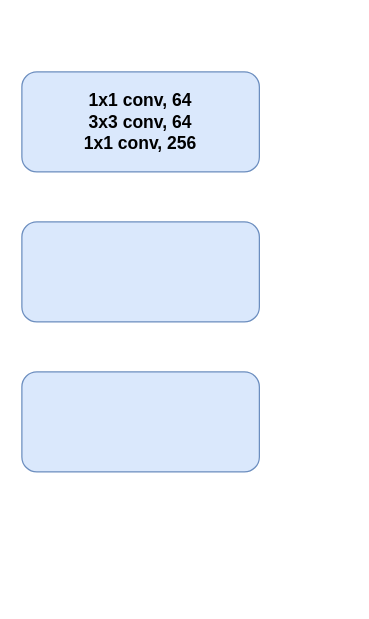
This is Untitled Diagram.drawio from LeanderHeuvel/mbag-REDI, a draw.io file, before an edit. Source tidied: cells renumbered, new cells numbered last; positions are measured from the earlier drawing's top-left corner, leaving out a move shared by most shapes. Both pictures are drawn from the tidied source at 125%, with x=0, y=0 at pixel (21, 71).
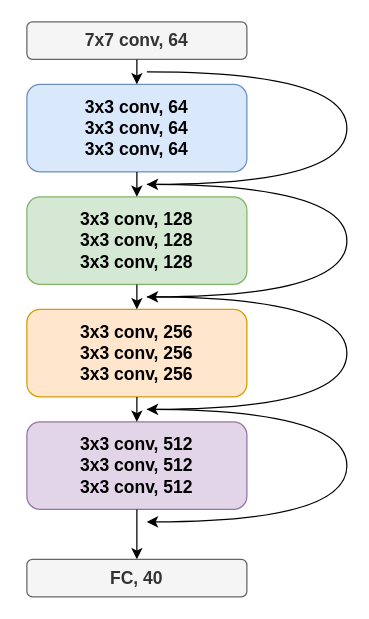
Above is the later version.

The edit, as a diff of the source:
```diff
@@
-    <mxCell id="2" value="&lt;b style=&quot;font-size: 14px;&quot;&gt;1x1 conv, 64&lt;br&gt;3x3 conv, 64&lt;br&gt;1x1 conv, 256&lt;br&gt;&lt;/b&gt;" style="whiteSpace=wrap;html=1;fillColor=#dae8fc;strokeColor=#6c8ebf;imageAspect=1;rounded=1;" parent="1" vertex="1">
-      <mxGeometry width="190" height="80" as="geometry" />
+    <mxCell id="2" value="&lt;b style=&quot;font-size: 14px;&quot;&gt;3x3 conv, 128&lt;br&gt;&lt;/b&gt;&lt;b style=&quot;font-size: 14px;&quot;&gt;3x3 conv, 128&lt;br&gt;&lt;/b&gt;&lt;b style=&quot;font-size: 14px;&quot;&gt;3x3 conv, 128&lt;/b&gt;&lt;b style=&quot;font-size: 14px;&quot;&gt;&lt;br&gt;&lt;/b&gt;" style="whiteSpace=wrap;html=1;fillColor=#d5e8d4;strokeColor=#82b366;imageAspect=1;rounded=1;" parent="1" vertex="1">
+      <mxGeometry x="4" y="100" width="176" height="70" as="geometry" />
     </mxCell>
-    <mxCell id="3" style="whiteSpace=wrap;html=1;fillColor=#dae8fc;strokeColor=#6c8ebf;imageAspect=1;rounded=1;" parent="1" vertex="1">
-      <mxGeometry y="120" width="190" height="80" as="geometry" />
+    <mxCell id="3" value="&lt;b style=&quot;font-size: 14px;&quot;&gt;3x3 conv, 256&lt;br&gt;&lt;/b&gt;&lt;b style=&quot;font-size: 14px;&quot;&gt;3x3 conv, 256&lt;br&gt;&lt;/b&gt;&lt;b style=&quot;font-size: 14px;&quot;&gt;3x3 conv, 256&lt;/b&gt;&lt;b style=&quot;font-size: 14px;&quot;&gt;&lt;br&gt;&lt;/b&gt;" style="whiteSpace=wrap;html=1;fillColor=#ffe6cc;strokeColor=#d79b00;imageAspect=1;rounded=1;" parent="1" vertex="1">
+      <mxGeometry x="4" y="190" width="176" height="70" as="geometry" />
     </mxCell>
-    <mxCell id="4" style="whiteSpace=wrap;html=1;fillColor=#dae8fc;strokeColor=#6c8ebf;imageAspect=1;rounded=1;" parent="1" vertex="1">
-      <mxGeometry y="240" width="190" height="80" as="geometry" />
+    <mxCell id="4" value="&lt;b style=&quot;font-size: 14px;&quot;&gt;3x3 conv, 512&lt;br&gt;&lt;/b&gt;&lt;b style=&quot;font-size: 14px;&quot;&gt;3x3 conv, 512&lt;br&gt;&lt;/b&gt;&lt;b style=&quot;font-size: 14px;&quot;&gt;3x3 conv, 512&lt;/b&gt;&lt;b style=&quot;font-size: 14px;&quot;&gt;&lt;br&gt;&lt;/b&gt;" style="whiteSpace=wrap;html=1;fillColor=#e1d5e7;strokeColor=#9673a6;imageAspect=1;rounded=1;" parent="1" vertex="1">
+      <mxGeometry x="4" y="280" width="176" height="70" as="geometry" />
     </mxCell>
+    <mxCell id="5" value="&lt;font style=&quot;font-size: 14px;&quot;&gt;&lt;b&gt;3x3 conv, 64&lt;br&gt;&lt;/b&gt;&lt;b&gt;3x3 conv, 64&lt;br&gt;&lt;/b&gt;&lt;b&gt;3x3 conv, 64&lt;/b&gt;&lt;b&gt;&lt;br&gt;&lt;/b&gt;&lt;/font&gt;" style="whiteSpace=wrap;html=1;fillColor=#dae8fc;strokeColor=#6c8ebf;imageAspect=1;rounded=1;" parent="1" vertex="1">
+      <mxGeometry x="4" y="10" width="176" height="70" as="geometry" />
+    </mxCell>
+    <mxCell id="6" value="&lt;b&gt;&lt;font style=&quot;font-size: 14px;&quot;&gt;7x7 conv, 64&lt;/font&gt;&lt;/b&gt;" style="whiteSpace=wrap;html=1;fillColor=#f5f5f5;strokeColor=#666666;imageAspect=1;rounded=1;fontColor=#333333;" parent="1" vertex="1">
+      <mxGeometry x="4" y="-40" width="176" height="30" as="geometry" />
+    </mxCell>
+    <mxCell id="7" style="endArrow=classic;html=1;rounded=0;fontSize=14;exitX=0.5;exitY=1;exitDx=0;exitDy=0;entryX=0.5;entryY=0;entryDx=0;entryDy=0;" parent="1" edge="1" source="6" target="5">
+      <mxGeometry relative="1" as="geometry" />
+    </mxCell>
+    <mxCell id="8" style="endArrow=classic;html=1;rounded=0;fontSize=14;entryX=0.5;entryY=0;entryDx=0;entryDy=0;" parent="1" edge="1" target="2">
+      <mxGeometry relative="1" as="geometry">
+        <mxPoint x="92" y="80" as="sourcePoint" />
+      </mxGeometry>
+    </mxCell>
+    <mxCell id="9" style="endArrow=classic;html=1;rounded=0;fontSize=14;exitX=0.5;exitY=1;exitDx=0;exitDy=0;entryX=0.5;entryY=0;entryDx=0;entryDy=0;" parent="1" edge="1" source="2" target="3">
+      <mxGeometry relative="1" as="geometry" />
+    </mxCell>
+    <mxCell id="10" style="endArrow=classic;html=1;rounded=0;fontSize=14;entryX=0.5;entryY=0;entryDx=0;entryDy=0;" parent="1" edge="1" target="4">
+      <mxGeometry relative="1" as="geometry">
+        <mxPoint x="92" y="260" as="sourcePoint" />
+      </mxGeometry>
+    </mxCell>
+    <mxCell id="11" style="endArrow=classic;html=1;rounded=0;fontSize=14;" parent="1" edge="1" source="4">
+      <mxGeometry relative="1" as="geometry">
+        <mxPoint x="92" y="390" as="targetPoint" />
+      </mxGeometry>
+    </mxCell>
+    <mxCell id="12" value="&lt;b&gt;&lt;font style=&quot;font-size: 14px;&quot;&gt;FC, 40&lt;/font&gt;&lt;/b&gt;" style="whiteSpace=wrap;html=1;fillColor=#f5f5f5;strokeColor=#666666;imageAspect=1;rounded=1;fontColor=#333333;" parent="1" vertex="1">
+      <mxGeometry x="4" y="390" width="176" height="30" as="geometry" />
+    </mxCell>
+    <mxCell id="13" style="curved=1;endArrow=classic;html=1;rounded=0;fontSize=14;" parent="1" edge="1">
+      <mxGeometry relative="1" as="geometry">
+        <mxPoint x="100" y="270" as="sourcePoint" />
+        <mxPoint x="100" y="360" as="targetPoint" />
+        <Array as="points">
+          <mxPoint x="260" y="270" />
+          <mxPoint x="260" y="360" />
+        </Array>
+      </mxGeometry>
+    </mxCell>
+    <mxCell id="14" style="curved=1;endArrow=classic;html=1;rounded=0;fontSize=14;" parent="1" edge="1">
+      <mxGeometry relative="1" as="geometry">
+        <mxPoint x="100" y="180" as="sourcePoint" />
+        <mxPoint x="100" y="270" as="targetPoint" />
+        <Array as="points">
+          <mxPoint x="260" y="180" />
+          <mxPoint x="260" y="270" />
+        </Array>
+      </mxGeometry>
+    </mxCell>
+    <mxCell id="15" style="curved=1;endArrow=classic;html=1;rounded=0;fontSize=14;" parent="1" edge="1">
+      <mxGeometry relative="1" as="geometry">
+        <mxPoint x="100" y="90" as="sourcePoint" />
+        <mxPoint x="100" y="180" as="targetPoint" />
+        <Array as="points">
+          <mxPoint x="260" y="90" />
+          <mxPoint x="260" y="180" />
+        </Array>
+      </mxGeometry>
+    </mxCell>
+    <mxCell id="16" style="curved=1;endArrow=classic;html=1;rounded=0;fontSize=14;" parent="1" edge="1">
+      <mxGeometry relative="1" as="geometry">
+        <mxPoint x="100" as="sourcePoint" />
+        <mxPoint x="100" y="90" as="targetPoint" />
+        <Array as="points">
+          <mxPoint x="260" />
+          <mxPoint x="260" y="90" />
+        </Array>
+      </mxGeometry>
+    </mxCell>
```
